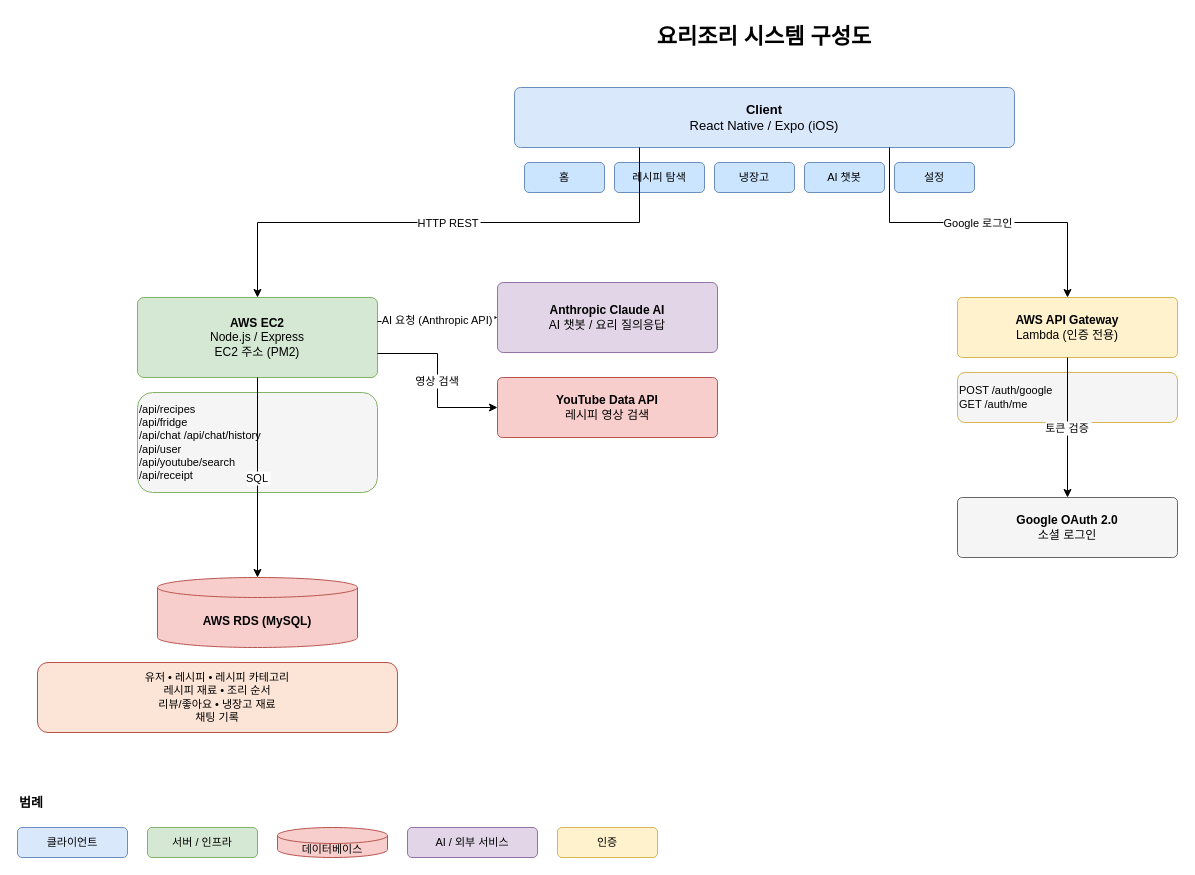
This is docs/SystemArchitecture.drawio from puri0822/FRAME_-, a draw.io file, before an edit. Source tidied: cells renumbered, new cells numbered last; positions are measured from the earlier drawing's top-left corner, leaving out a move shared by most shapes. Both pictures are drawn from the tidied source at 100%, with x=0, y=0 at pixel (17, 17).
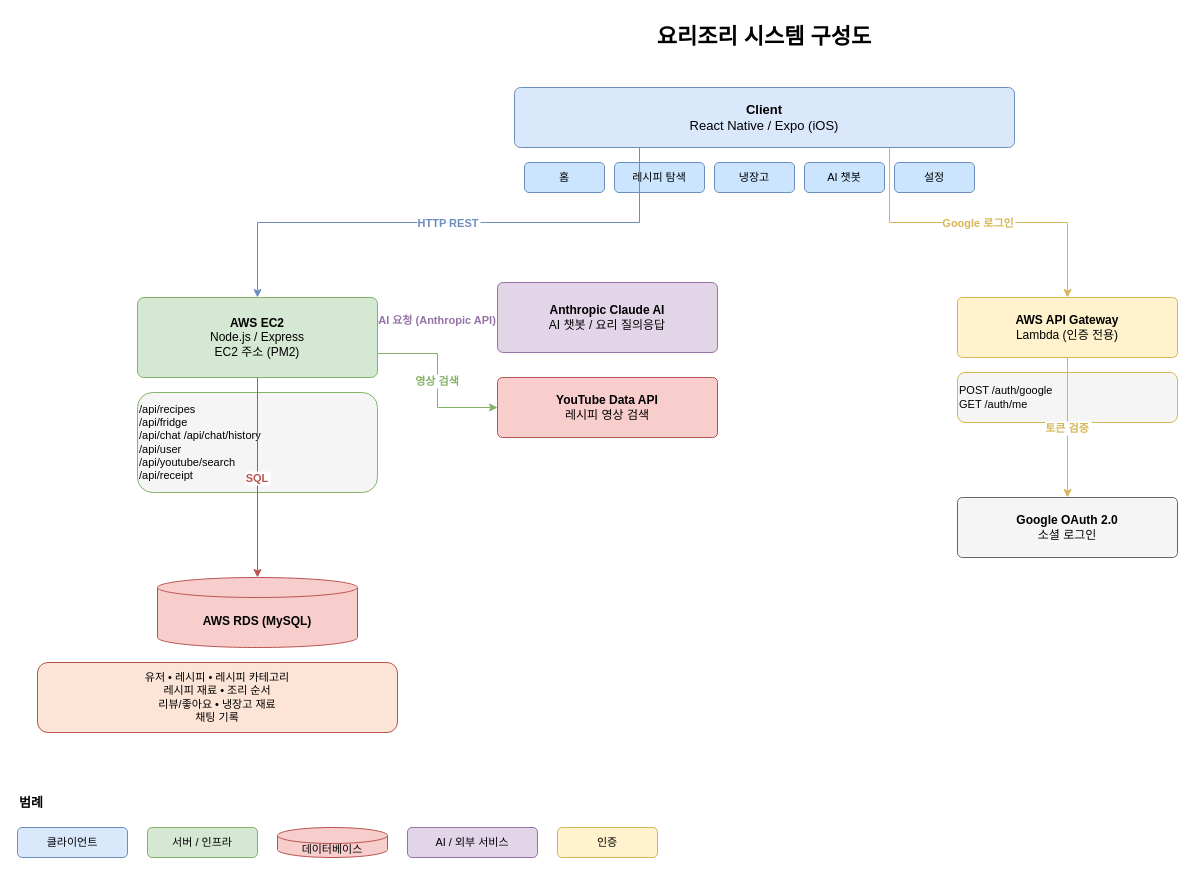
The same page after the edit.

Commit message:
docs: add color-coded arrows to system architecture diagram

Unchanged cells that the change refers to:
```xml
<mxCell id="3" value="&lt;b&gt;Client&lt;/b&gt;&lt;br&gt;React Native / Expo (iOS)" style="rounded=1;whiteSpace=wrap;html=1;fillColor=#dae8fc;strokeColor=#6c8ebf;fontSize=13;arcSize=10;" parent="1" vertex="1">
  <mxGeometry x="497" y="70" width="500" height="60" as="geometry" />
</mxCell>
<mxCell id="11" value="&lt;b&gt;AWS EC2&lt;/b&gt;&lt;br&gt;Node.js / Express&lt;br&gt;EC2 주소 (PM2)" style="rounded=1;whiteSpace=wrap;html=1;fillColor=#d5e8d4;strokeColor=#82b366;fontSize=12;arcSize=8;" parent="1" vertex="1">
  <mxGeometry x="120" y="280" width="240" height="80" as="geometry" />
</mxCell>
<mxCell id="13" value="&lt;b&gt;AWS API Gateway&lt;/b&gt;&lt;br&gt;Lambda (인증 전용)" style="rounded=1;whiteSpace=wrap;html=1;fillColor=#fff2cc;strokeColor=#d6b656;fontSize=12;arcSize=8;" parent="1" vertex="1">
  <mxGeometry x="940" y="280" width="220" height="60" as="geometry" />
</mxCell>
<mxCell id="16" value="&lt;b&gt;Google OAuth 2.0&lt;/b&gt;&lt;br&gt;소셜 로그인" style="rounded=1;whiteSpace=wrap;html=1;fillColor=#f5f5f5;strokeColor=#666666;fontSize=12;arcSize=8;" parent="1" vertex="1">
  <mxGeometry x="940" y="480" width="220" height="60" as="geometry" />
</mxCell>
<mxCell id="20" value="&lt;b&gt;AWS RDS (MySQL)&lt;/b&gt;" style="shape=cylinder3;whiteSpace=wrap;html=1;boundedLbl=1;backgroundOutline=1;size=10;fillColor=#f8cecc;strokeColor=#b85450;fontSize=12;" parent="1" vertex="1">
  <mxGeometry x="140" y="560" width="200" height="70" as="geometry" />
</mxCell>
<mxCell id="22" value="&lt;b&gt;Anthropic Claude AI&lt;/b&gt;&lt;br&gt;AI 챗봇 / 요리 질의응답" style="rounded=1;whiteSpace=wrap;html=1;fillColor=#e1d5e7;strokeColor=#9673a6;fontSize=12;arcSize=8;" parent="1" vertex="1">
  <mxGeometry x="480" y="265" width="220" height="70" as="geometry" />
</mxCell>
<mxCell id="23" value="&lt;b&gt;YouTube Data API&lt;/b&gt;&lt;br&gt;레시피 영상 검색" style="rounded=1;whiteSpace=wrap;html=1;fillColor=#f8cecc;strokeColor=#b85450;fontSize=12;arcSize=8;" parent="1" vertex="1">
  <mxGeometry x="480" y="360" width="220" height="60" as="geometry" />
</mxCell>
```

The edit, as a diff of the source:
```diff
@@
-    <mxCell id="9" value="HTTP REST" style="edgeStyle=orthogonalEdgeStyle;rounded=0;jettySize=auto;exitX=0.25;exitY=1;exitDx=0;exitDy=0;entryX=0.5;entryY=0;entryDx=0;entryDy=0;fontSize=11;" parent="1" edge="1" source="3" target="11">
+    <mxCell id="9" value="HTTP REST" style="edgeStyle=orthogonalEdgeStyle;rounded=0;jettySize=auto;exitX=0.25;exitY=1;exitDx=0;exitDy=0;entryX=0.5;entryY=0;entryDx=0;entryDy=0;fontSize=11;strokeColor=#6c8ebf;fontColor=#6c8ebf;fontStyle=1;" parent="1" edge="1" source="3" target="11">
       <mxGeometry relative="1" as="geometry" />
     </mxCell>
-    <mxCell id="10" value="Google 로그인" style="edgeStyle=orthogonalEdgeStyle;rounded=0;jettySize=auto;exitX=0.75;exitY=1;exitDx=0;exitDy=0;entryX=0.5;entryY=0;entryDx=0;entryDy=0;fontSize=11;" parent="1" edge="1" source="3" target="13">
+    <mxCell id="10" value="Google 로그인" style="edgeStyle=orthogonalEdgeStyle;rounded=0;jettySize=auto;exitX=0.75;exitY=1;exitDx=0;exitDy=0;entryX=0.5;entryY=0;entryDx=0;entryDy=0;fontSize=11;strokeColor=#d6b656;fontColor=#d6b656;fontStyle=1;" parent="1" edge="1" source="3" target="13">
       <mxGeometry relative="1" as="geometry" />
     </mxCell>
@@
-    <mxCell id="15" value="토큰 검증" style="edgeStyle=orthogonalEdgeStyle;rounded=0;jettySize=auto;exitX=0.5;exitY=1;exitDx=0;exitDy=0;entryX=0.5;entryY=0;entryDx=0;entryDy=0;fontSize=11;" parent="1" edge="1" source="13" target="16">
+    <mxCell id="15" value="토큰 검증" style="edgeStyle=orthogonalEdgeStyle;rounded=0;jettySize=auto;exitX=0.5;exitY=1;exitDx=0;exitDy=0;entryX=0.5;entryY=0;entryDx=0;entryDy=0;fontSize=11;strokeColor=#d6b656;fontColor=#d6b656;fontStyle=1;" parent="1" edge="1" source="13" target="16">
       <mxGeometry relative="1" as="geometry" />
     </mxCell>
@@
-    <mxCell id="17" value="SQL" style="edgeStyle=orthogonalEdgeStyle;rounded=0;jettySize=auto;exitX=0.5;exitY=1;exitDx=0;exitDy=0;entryX=0.5;entryY=0;entryDx=0;entryDy=0;fontSize=11;" parent="1" edge="1" source="11" target="20">
+    <mxCell id="17" value="SQL" style="edgeStyle=orthogonalEdgeStyle;rounded=0;jettySize=auto;exitX=0.5;exitY=1;exitDx=0;exitDy=0;entryX=0.5;entryY=0;entryDx=0;entryDy=0;fontSize=11;strokeColor=#b85450;fontColor=#b85450;fontStyle=1;" parent="1" edge="1" source="11" target="20">
       <mxGeometry relative="1" as="geometry" />
     </mxCell>
-    <mxCell id="18" value="AI 요청 (Anthropic API)" style="edgeStyle=orthogonalEdgeStyle;rounded=0;jettySize=auto;exitX=1;exitY=0.3;exitDx=0;exitDy=0;entryX=0;entryY=0.5;entryDx=0;entryDy=0;fontSize=11;" parent="1" edge="1" source="11" target="22">
+    <mxCell id="18" value="AI 요청 (Anthropic API)" style="edgeStyle=orthogonalEdgeStyle;rounded=0;jettySize=auto;exitX=1;exitY=0.3;exitDx=0;exitDy=0;entryX=0;entryY=0.5;entryDx=0;entryDy=0;fontSize=11;strokeColor=#9673a6;fontColor=#9673a6;fontStyle=1;" parent="1" edge="1" source="11" target="22">
       <mxGeometry relative="1" as="geometry" />
     </mxCell>
-    <mxCell id="19" value="영상 검색" style="edgeStyle=orthogonalEdgeStyle;rounded=0;jettySize=auto;exitX=1;exitY=0.7;exitDx=0;exitDy=0;entryX=0;entryY=0.5;entryDx=0;entryDy=0;fontSize=11;" parent="1" edge="1" source="11" target="23">
+    <mxCell id="19" value="영상 검색" style="edgeStyle=orthogonalEdgeStyle;rounded=0;jettySize=auto;exitX=1;exitY=0.7;exitDx=0;exitDy=0;entryX=0;entryY=0.5;entryDx=0;entryDy=0;fontSize=11;strokeColor=#82b366;fontColor=#82b366;fontStyle=1;" parent="1" edge="1" source="11" target="23">
       <mxGeometry relative="1" as="geometry" />
     </mxCell>
```
